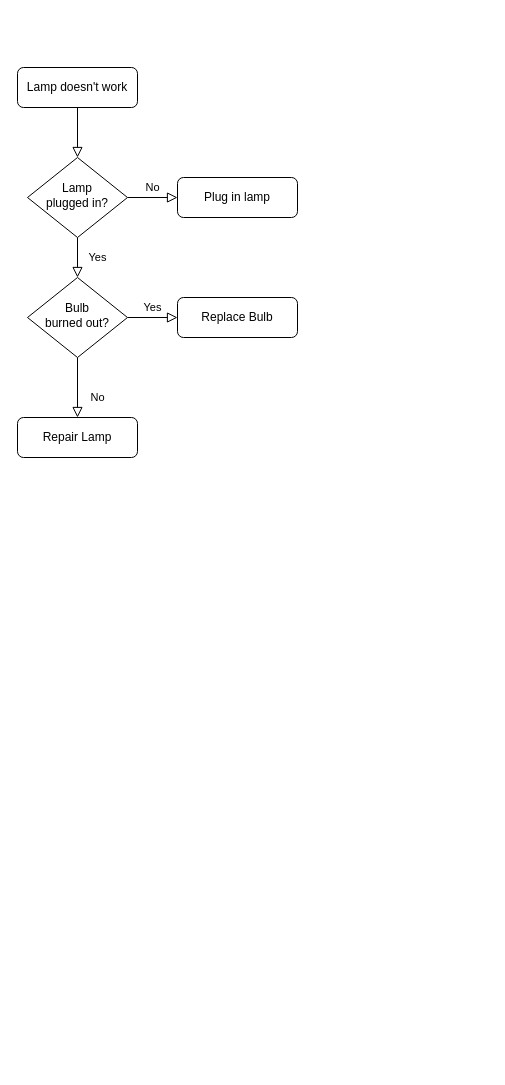
Before: Covel-partB2.drawio in mathCrazyy/helloworld, a draw.io diagram. Source tidied: cells renumbered, new cells numbered last; positions are measured from the earlier drawing's top-left corner, leaving out a move shared by most shapes. Both pictures are drawn from the tidied source at 100%, with x=0, y=0 at pixel (17, 67).
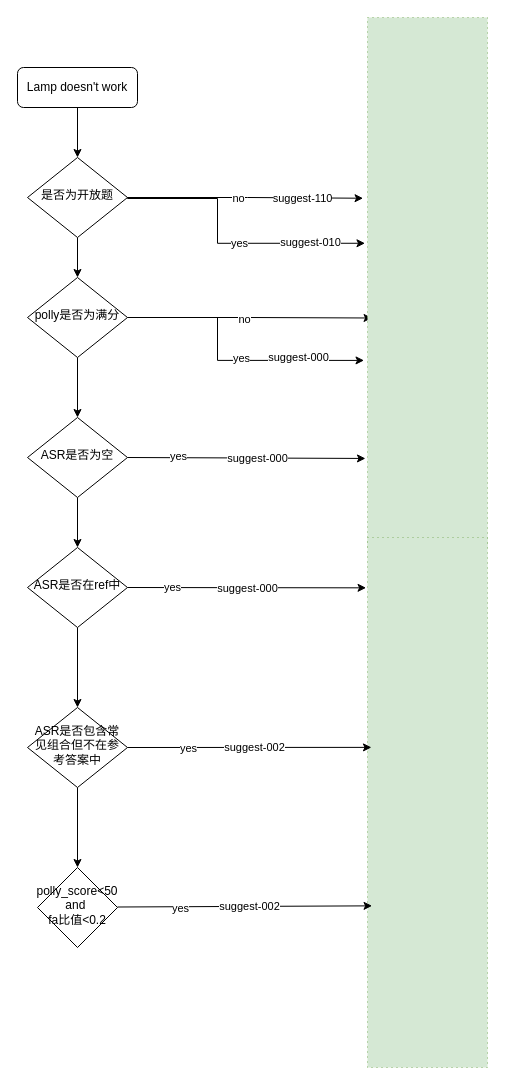
Above is the later version.

The change refers to these unchanged cells:
```xml
<mxCell id="3" value="Lamp doesn't work" style="rounded=1;whiteSpace=wrap;html=1;fontSize=12;glass=0;strokeWidth=1;shadow=0;" parent="1" vertex="1">
  <mxGeometry width="120" height="40" as="geometry" />
</mxCell>
```

The edit, as a diff of the source:
```diff
@@
-    <mxCell id="2" style="rounded=0;html=1;jettySize=auto;fontSize=11;endArrow=block;endFill=0;endSize=8;strokeWidth=1;shadow=0;labelBackgroundColor=none;edgeStyle=orthogonalEdgeStyle;" parent="1" edge="1" source="3" target="6">
+    <mxCell id="2" style="edgeStyle=orthogonalEdgeStyle;rounded=0;jettySize=auto;html=1;" parent="1" edge="1" source="3" target="6">
       <mxGeometry relative="1" as="geometry" />
     </mxCell>
@@
-    <mxCell id="4" value="Yes" style="rounded=0;html=1;jettySize=auto;fontSize=11;endArrow=block;endFill=0;endSize=8;strokeWidth=1;shadow=0;labelBackgroundColor=none;edgeStyle=orthogonalEdgeStyle;" parent="1" edge="1" source="6" target="10">
-      <mxGeometry y="20" relative="1" as="geometry" />
+    <mxCell id="4" style="edgeStyle=orthogonalEdgeStyle;rounded=0;jettySize=auto;html=1;" parent="1" edge="1" source="6" target="10">
+      <mxGeometry relative="1" as="geometry" />
     </mxCell>
-    <mxCell id="5" value="No" style="edgeStyle=orthogonalEdgeStyle;rounded=0;html=1;jettySize=auto;fontSize=11;endArrow=block;endFill=0;endSize=8;strokeWidth=1;shadow=0;labelBackgroundColor=none;" parent="1" edge="1" source="6" target="7">
-      <mxGeometry y="10" relative="1" as="geometry" />
-    </mxCell>
-    <mxCell id="6" value="Lamp&lt;br&gt;plugged in?" style="rhombus;whiteSpace=wrap;html=1;shadow=0;fontFamily=Helvetica;fontSize=12;align=center;strokeWidth=1;spacing=6;spacingTop=-4;" parent="1" vertex="1">
+    <mxCell id="6" value="是否为开放题" style="rhombus;whiteSpace=wrap;html=1;shadow=0;fontFamily=Helvetica;fontSize=12;align=center;strokeWidth=1;spacing=6;spacingTop=-4;" parent="1" vertex="1">
       <mxGeometry x="10" y="90" width="100" height="80" as="geometry" />
     </mxCell>
-    <mxCell id="7" value="Plug in lamp" style="rounded=1;whiteSpace=wrap;html=1;fontSize=12;glass=0;strokeWidth=1;shadow=0;" parent="1" vertex="1">
-      <mxGeometry x="160" y="110" width="120" height="40" as="geometry" />
-    </mxCell>
-    <mxCell id="8" value="No" style="rounded=0;html=1;jettySize=auto;fontSize=11;endArrow=block;endFill=0;endSize=8;strokeWidth=1;shadow=0;labelBackgroundColor=none;edgeStyle=orthogonalEdgeStyle;" parent="1" edge="1" source="10" target="11">
-      <mxGeometry x="0.33" y="20" relative="1" as="geometry" />
-    </mxCell>
-    <mxCell id="9" value="Yes" style="edgeStyle=orthogonalEdgeStyle;rounded=0;html=1;jettySize=auto;fontSize=11;endArrow=block;endFill=0;endSize=8;strokeWidth=1;shadow=0;labelBackgroundColor=none;" parent="1" edge="1" source="10" target="12">
-      <mxGeometry y="10" relative="1" as="geometry" />
-    </mxCell>
+    <mxCell id="13" style="edgeStyle=orthogonalEdgeStyle;rounded=0;jettySize=auto;html=1;entryX=-0.029;entryY=0.647;entryDx=0;entryDy=0;entryPerimeter=0;" parent="1" edge="1" source="10" target="19">
+      <mxGeometry relative="1" as="geometry">
+        <Array as="points">
+          <mxPoint x="200" y="250" />
+          <mxPoint x="200" y="293" />
+        </Array>
+      </mxGeometry>
+    </mxCell>
+    <mxCell id="14" value="yes" style="edgeLabel;html=1;align=center;verticalAlign=middle;" parent="13" vertex="1">
+      <mxGeometry x="0.12" y="2" relative="1" as="geometry" />
+    </mxCell>
+    <mxCell id="15" value="suggest-000" style="edgeLabel;html=1;align=center;verticalAlign=middle;" parent="13" vertex="1">
+      <mxGeometry x="0.46" y="-2" relative="1" as="geometry">
+        <mxPoint x="9" y="-5" as="offset" />
+      </mxGeometry>
+    </mxCell>
+    <mxCell id="16" style="edgeStyle=orthogonalEdgeStyle;rounded=0;jettySize=auto;html=1;entryX=0.038;entryY=0.567;entryDx=0;entryDy=0;entryPerimeter=0;" parent="1" edge="1" source="10" target="19">
+      <mxGeometry relative="1" as="geometry" />
+    </mxCell>
+    <mxCell id="17" value="no" style="edgeLabel;html=1;align=center;verticalAlign=middle;" parent="16" vertex="1">
+      <mxGeometry x="-0.05" y="-1" relative="1" as="geometry" />
+    </mxCell>
+    <mxCell id="18" style="edgeStyle=orthogonalEdgeStyle;rounded=0;jettySize=auto;html=1;" parent="1" edge="1" source="10" target="27">
+      <mxGeometry relative="1" as="geometry" />
+    </mxCell>
-    <mxCell id="10" value="Bulb&lt;br&gt;burned out?" style="rhombus;whiteSpace=wrap;html=1;shadow=0;fontFamily=Helvetica;fontSize=12;align=center;strokeWidth=1;spacing=6;spacingTop=-4;" parent="1" vertex="1">
+    <mxCell id="10" value="polly是否为满分" style="rhombus;whiteSpace=wrap;html=1;shadow=0;fontFamily=Helvetica;fontSize=12;align=center;strokeWidth=1;spacing=6;spacingTop=-4;" parent="1" vertex="1">
       <mxGeometry x="10" y="210" width="100" height="80" as="geometry" />
     </mxCell>
-    <mxCell id="11" value="Repair Lamp" style="rounded=1;whiteSpace=wrap;html=1;fontSize=12;glass=0;strokeWidth=1;shadow=0;" parent="1" vertex="1">
-      <mxGeometry y="350" width="120" height="40" as="geometry" />
-    </mxCell>
-    <mxCell id="12" value="Replace Bulb" style="rounded=1;whiteSpace=wrap;html=1;fontSize=12;glass=0;strokeWidth=1;shadow=0;" parent="1" vertex="1">
-      <mxGeometry x="160" y="230" width="120" height="40" as="geometry" />
-    </mxCell>
+    <mxCell id="19" style="rounded=0;whiteSpace=wrap;html=1;fillColor=#d5e8d4;strokeColor=#82b366;dashed=1;dashPattern=1 4;" parent="1" vertex="1">
+      <mxGeometry x="350" y="-50" width="120" height="530" as="geometry" />
+    </mxCell>
+    <mxCell id="20" style="edgeStyle=orthogonalEdgeStyle;rounded=0;jettySize=auto;html=1;exitX=1;exitY=0.5;exitDx=0;exitDy=0;entryX=-0.037;entryY=0.341;entryDx=0;entryDy=0;entryPerimeter=0;" parent="1" edge="1" source="6" target="19">
+      <mxGeometry relative="1" as="geometry" />
+    </mxCell>
+    <mxCell id="21" value="no" style="edgeLabel;html=1;align=center;verticalAlign=middle;" parent="20" vertex="1">
+      <mxGeometry x="-0.07" relative="1" as="geometry" />
+    </mxCell>
+    <mxCell id="22" value="suggest-110" style="edgeLabel;html=1;align=center;verticalAlign=middle;" parent="20" vertex="1">
+      <mxGeometry x="0.48" relative="1" as="geometry" />
+    </mxCell>
+    <mxCell id="23" style="edgeStyle=orthogonalEdgeStyle;rounded=0;jettySize=auto;html=1;entryX=-0.021;entryY=0.426;entryDx=0;entryDy=0;entryPerimeter=0;" parent="1" edge="1" target="19">
+      <mxGeometry relative="1" as="geometry">
+        <mxPoint x="110" y="130" as="sourcePoint" />
+        <Array as="points">
+          <mxPoint x="110" y="131" />
+          <mxPoint x="200" y="131" />
+          <mxPoint x="200" y="176" />
+        </Array>
+      </mxGeometry>
+    </mxCell>
+    <mxCell id="24" value="suggest-010" style="edgeLabel;html=1;align=center;verticalAlign=middle;" parent="23" vertex="1">
+      <mxGeometry x="0.61" y="1" relative="1" as="geometry" />
+    </mxCell>
+    <mxCell id="25" value="yes" style="edgeLabel;html=1;align=center;verticalAlign=middle;" parent="23" vertex="1">
+      <mxGeometry x="0.11" relative="1" as="geometry" />
+    </mxCell>
+    <mxCell id="26" style="edgeStyle=orthogonalEdgeStyle;rounded=0;jettySize=auto;html=1;" parent="1" edge="1" source="27" target="32">
+      <mxGeometry relative="1" as="geometry" />
+    </mxCell>
+    <mxCell id="27" value="ASR是否为空" style="rhombus;whiteSpace=wrap;html=1;shadow=0;strokeWidth=1;spacing=6;spacingTop=-4;" parent="1" vertex="1">
+      <mxGeometry x="10" y="350" width="100" height="80" as="geometry" />
+    </mxCell>
+    <mxCell id="28" style="endArrow=classic;html=1;rounded=0;exitX=1;exitY=0.5;exitDx=0;exitDy=0;entryX=-0.017;entryY=0.832;entryDx=0;entryDy=0;entryPerimeter=0;" parent="1" edge="1" source="27" target="19">
+      <mxGeometry relative="1" as="geometry" />
+    </mxCell>
+    <mxCell id="29" value="yes" style="edgeLabel;html=1;align=center;verticalAlign=middle;" parent="28" vertex="1">
+      <mxGeometry x="-0.58" y="2" relative="1" as="geometry" />
+    </mxCell>
+    <mxCell id="30" value="suggest-000" style="edgeLabel;html=1;align=center;verticalAlign=middle;" parent="28" vertex="1">
+      <mxGeometry x="-0.07" relative="1" as="geometry">
+        <mxPoint x="19" as="offset" />
+      </mxGeometry>
+    </mxCell>
+    <mxCell id="31" style="edgeStyle=orthogonalEdgeStyle;rounded=0;jettySize=auto;html=1;" parent="1" edge="1" source="32" target="38">
+      <mxGeometry relative="1" as="geometry" />
+    </mxCell>
+    <mxCell id="32" value="ASR是否在ref中" style="rhombus;whiteSpace=wrap;html=1;shadow=0;strokeWidth=1;spacing=6;spacingTop=-4;" parent="1" vertex="1">
+      <mxGeometry x="10" y="480" width="100" height="80" as="geometry" />
+    </mxCell>
+    <mxCell id="33" style="rounded=0;whiteSpace=wrap;html=1;fillColor=#d5e8d4;strokeColor=#82b366;dashed=1;dashPattern=1 4;" parent="1" vertex="1">
+      <mxGeometry x="350" y="470" width="120" height="530" as="geometry" />
+    </mxCell>
+    <mxCell id="34" style="endArrow=classic;html=1;rounded=0;exitX=1;exitY=0.5;exitDx=0;exitDy=0;entryX=-0.012;entryY=0.095;entryDx=0;entryDy=0;entryPerimeter=0;" parent="1" edge="1" source="32" target="33">
+      <mxGeometry relative="1" as="geometry" />
+    </mxCell>
+    <mxCell id="35" value="yes" style="edgeLabel;html=1;align=center;verticalAlign=middle;" parent="34" vertex="1">
+      <mxGeometry x="-0.63" y="1" relative="1" as="geometry" />
+    </mxCell>
+    <mxCell id="36" value="suggest-000" style="edgeLabel;html=1;align=center;verticalAlign=middle;" parent="34" vertex="1">
+      <mxGeometry x="0.01" relative="1" as="geometry" />
+    </mxCell>
+    <mxCell id="37" style="edgeStyle=orthogonalEdgeStyle;rounded=0;jettySize=auto;html=1;" parent="1" edge="1" source="38" target="42">
+      <mxGeometry relative="1" as="geometry" />
+    </mxCell>
+    <mxCell id="38" value="ASR是否包含常见组合但不在参考答案中" style="rhombus;whiteSpace=wrap;html=1;shadow=0;strokeWidth=1;spacing=6;spacingTop=-4;" parent="1" vertex="1">
+      <mxGeometry x="10" y="640" width="100" height="80" as="geometry" />
+    </mxCell>
+    <mxCell id="39" style="endArrow=classic;html=1;rounded=0;exitX=1;exitY=0.5;exitDx=0;exitDy=0;entryX=0.033;entryY=0.396;entryDx=0;entryDy=0;entryPerimeter=0;" parent="1" edge="1" source="38" target="33">
+      <mxGeometry relative="1" as="geometry" />
+    </mxCell>
+    <mxCell id="40" value="yes" style="edgeLabel;html=1;align=center;verticalAlign=middle;" parent="39" vertex="1">
+      <mxGeometry x="-0.51" y="-1" relative="1" as="geometry" />
+    </mxCell>
+    <mxCell id="41" value="suggest-002" style="edgeLabel;html=1;align=center;verticalAlign=middle;" parent="39" vertex="1">
+      <mxGeometry x="0.04" y="2" relative="1" as="geometry">
+        <mxPoint y="2" as="offset" />
+      </mxGeometry>
+    </mxCell>
+    <mxCell id="42" value="polly_score&amp;lt;50 and&amp;nbsp;&lt;br&gt;fa比值&amp;lt;0.2" style="rhombus;whiteSpace=wrap;html=1;shadow=0;strokeWidth=1;spacing=6;spacingTop=-4;" parent="1" vertex="1">
+      <mxGeometry x="20" y="800" width="80" height="80" as="geometry" />
+    </mxCell>
+    <mxCell id="43" style="endArrow=classic;html=1;rounded=0;exitX=1;exitY=0.5;exitDx=0;exitDy=0;entryX=0.038;entryY=0.695;entryDx=0;entryDy=0;entryPerimeter=0;" parent="1" edge="1" target="33">
+      <mxGeometry relative="1" as="geometry">
+        <mxPoint x="100" y="839.5" as="sourcePoint" />
+      </mxGeometry>
+    </mxCell>
+    <mxCell id="44" value="yes" style="edgeLabel;html=1;align=center;verticalAlign=middle;" parent="43" vertex="1">
+      <mxGeometry x="-0.51" y="-1" relative="1" as="geometry" />
+    </mxCell>
+    <mxCell id="45" value="suggest-002" style="edgeLabel;html=1;align=center;verticalAlign=middle;" parent="43" vertex="1">
+      <mxGeometry x="0.04" y="2" relative="1" as="geometry">
+        <mxPoint y="2" as="offset" />
+      </mxGeometry>
+    </mxCell>
```
